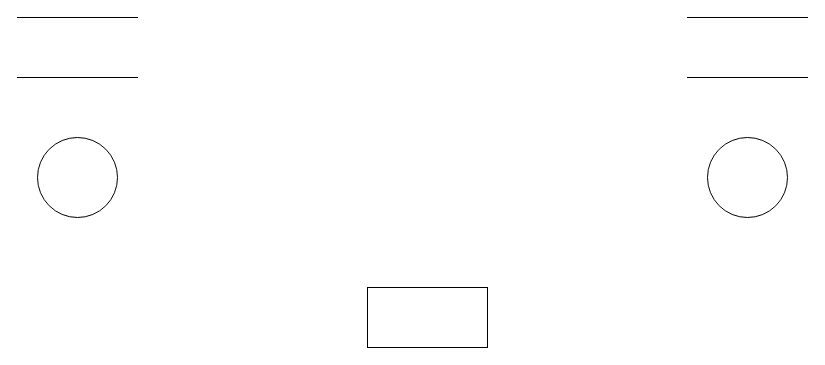
Above: page "Level 1 Proses 4" (6 of 8) of DFD Level 0.drawio in AbdulGimbul/DesainSistem (draw.io), before the change. Source tidied: cells renumbered, new cells numbered last; positions are measured from the earlier drawing's top-left corner, leaving out a move shared by most shapes. Both pictures are drawn from the tidied source at 100%, with x=0, y=0 at pixel (17, 17).
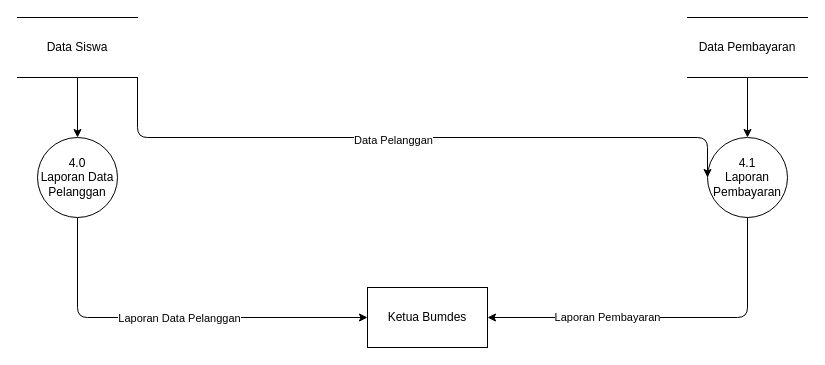
Above is the later version.

What changed in the source:
```diff
@@
 <mxGraphModel>
   <root>
     <mxCell id="0" />
     <mxCell id="1" parent="0" />
-    <mxCell id="2" style="shape=partialRectangle;whiteSpace=wrap;html=1;left=0;right=0;fillColor=none;" parent="1" vertex="1">
+    <mxCell id="2" value="Data Siswa" style="shape=partialRectangle;whiteSpace=wrap;html=1;left=0;right=0;fillColor=none;" parent="1" vertex="1">
       <mxGeometry width="120" height="60" as="geometry" />
     </mxCell>
-    <mxCell id="3" style="shape=partialRectangle;whiteSpace=wrap;html=1;left=0;right=0;fillColor=none;" parent="1" vertex="1">
+    <mxCell id="3" value="Data Pembayaran" style="shape=partialRectangle;whiteSpace=wrap;html=1;left=0;right=0;fillColor=none;" parent="1" vertex="1">
       <mxGeometry x="670" width="120" height="60" as="geometry" />
     </mxCell>
-    <mxCell id="4" style="ellipse;whiteSpace=wrap;html=1;" parent="1" vertex="1">
+    <mxCell id="4" value="4.1&lt;br&gt;Laporan Pembayaran" style="ellipse;whiteSpace=wrap;html=1;" parent="1" vertex="1">
       <mxGeometry x="690" y="120" width="80" height="80" as="geometry" />
     </mxCell>
-    <mxCell id="5" style="ellipse;whiteSpace=wrap;html=1;" parent="1" vertex="1">
+    <mxCell id="5" value="4.0&lt;br&gt;Laporan Data Pelanggan" style="ellipse;whiteSpace=wrap;html=1;" parent="1" vertex="1">
       <mxGeometry x="20" y="120" width="80" height="80" as="geometry" />
     </mxCell>
-    <mxCell id="6" style="rounded=0;whiteSpace=wrap;html=1;" parent="1" vertex="1">
+    <mxCell id="6" value="Ketua Bumdes" style="rounded=0;whiteSpace=wrap;html=1;" parent="1" vertex="1">
       <mxGeometry x="350" y="270" width="120" height="60" as="geometry" />
     </mxCell>
+    <mxCell id="7" style="edgeStyle=segmentEdgeStyle;endArrow=classic;html=1;exitX=0.5;exitY=1;exitDx=0;exitDy=0;entryX=0.5;entryY=0;entryDx=0;entryDy=0;" parent="1" edge="1" source="2" target="5">
+      <mxGeometry relative="1" as="geometry" />
+    </mxCell>
+    <mxCell id="8" style="edgeStyle=segmentEdgeStyle;endArrow=classic;html=1;exitX=0.5;exitY=1;exitDx=0;exitDy=0;entryX=0;entryY=0.5;entryDx=0;entryDy=0;" parent="1" edge="1" source="5" target="6">
+      <mxGeometry relative="1" as="geometry">
+        <Array as="points">
+          <mxPoint x="60" y="300" />
+        </Array>
+      </mxGeometry>
+    </mxCell>
+    <mxCell id="9" value="Laporan Data Pelanggan" style="edgeLabel;html=1;align=center;verticalAlign=middle;" parent="8" vertex="1">
+      <mxGeometry x="0.03" relative="1" as="geometry" />
+    </mxCell>
+    <mxCell id="10" style="edgeStyle=segmentEdgeStyle;endArrow=classic;html=1;entryX=0.5;entryY=0;entryDx=0;entryDy=0;exitX=0.5;exitY=1;exitDx=0;exitDy=0;" parent="1" edge="1" source="3" target="4">
+      <mxGeometry relative="1" as="geometry" />
+    </mxCell>
+    <mxCell id="11" style="edgeStyle=segmentEdgeStyle;endArrow=classic;html=1;entryX=1;entryY=0.5;entryDx=0;entryDy=0;exitX=0.5;exitY=1;exitDx=0;exitDy=0;" parent="1" edge="1" source="4" target="6">
+      <mxGeometry relative="1" as="geometry">
+        <Array as="points">
+          <mxPoint x="730" y="300" />
+        </Array>
+      </mxGeometry>
+    </mxCell>
+    <mxCell id="12" value="Laporan Pembayaran" style="edgeLabel;html=1;align=center;verticalAlign=middle;" parent="11" vertex="1">
+      <mxGeometry x="0.34" y="-1" relative="1" as="geometry" />
+    </mxCell>
+    <mxCell id="13" style="edgeStyle=segmentEdgeStyle;endArrow=classic;html=1;exitX=1;exitY=1;exitDx=0;exitDy=0;entryX=0;entryY=0.5;entryDx=0;entryDy=0;" parent="1" edge="1" source="2" target="4">
+      <mxGeometry relative="1" as="geometry">
+        <Array as="points">
+          <mxPoint x="120" y="120" />
+          <mxPoint x="690" y="120" />
+        </Array>
+      </mxGeometry>
+    </mxCell>
+    <mxCell id="14" value="Data Pelanggan" style="edgeLabel;html=1;align=center;verticalAlign=middle;" parent="13" vertex="1">
+      <mxGeometry x="-0.06" y="-2" relative="1" as="geometry" />
+    </mxCell>
   </root>
 </mxGraphModel>
```
